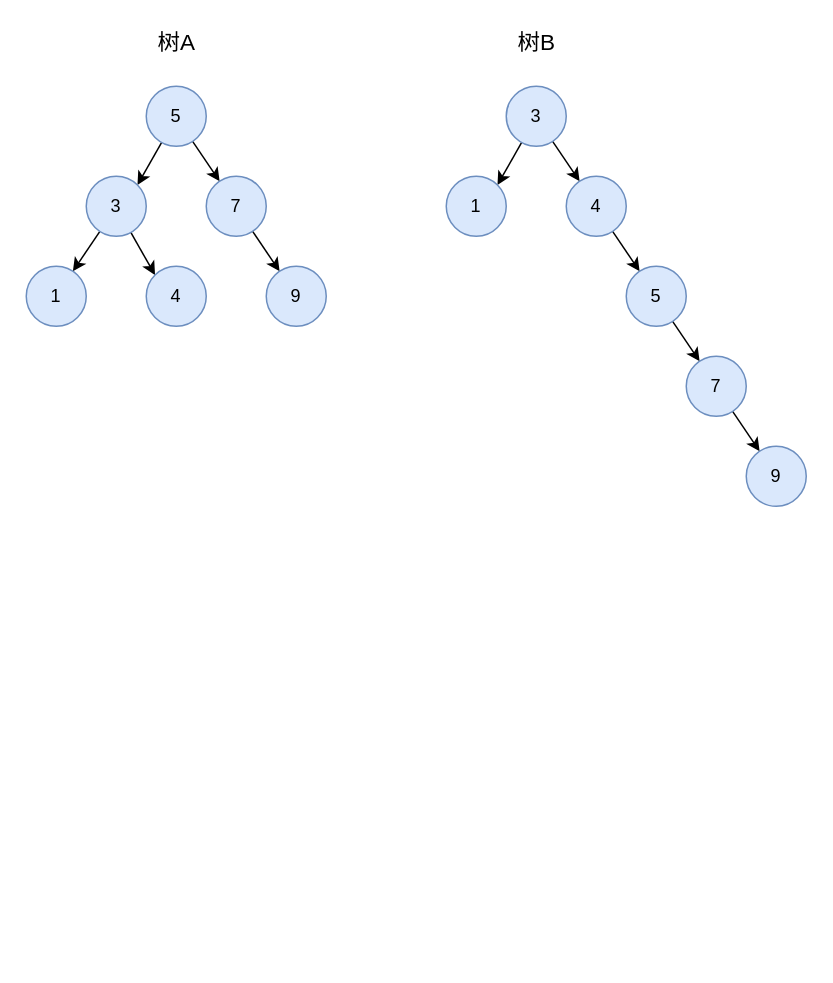
This is MySQL 的 B+Tree/MySQL 的 B+Tree.drawio from zero-97/picture-of-the-article, a draw.io file, before an edit. Source tidied: cells renumbered, new cells numbered last; positions are measured from the earlier drawing's top-left corner, leaving out a move shared by most shapes. Both pictures are drawn from the tidied source at 150%, with x=0, y=0 at pixel (26, 26).
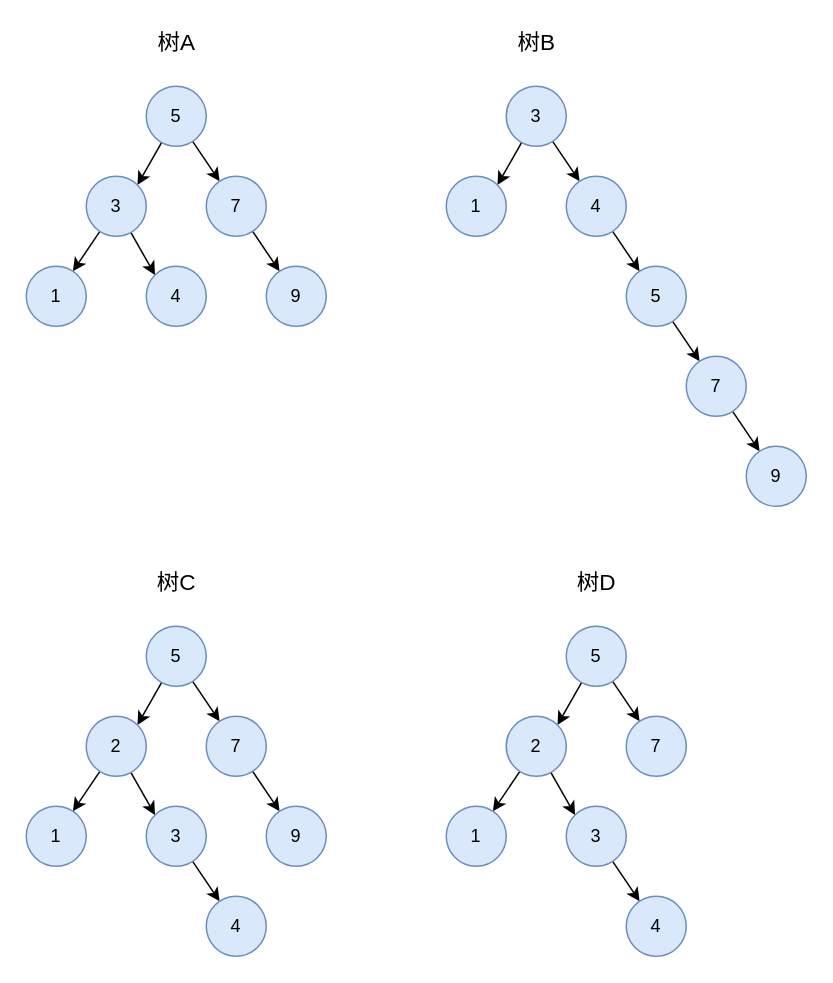
The same diagram, later.

Diff of the diagram source:
```diff
@@
+    <mxCell id="26" style="rounded=0;jettySize=auto;html=1;entryX=1;entryY=0;entryDx=0;entryDy=0;" parent="1" edge="1" source="28" target="31">
+      <mxGeometry relative="1" as="geometry" />
+    </mxCell>
+    <mxCell id="27" style="edgeStyle=none;rounded=0;jettySize=auto;html=1;" parent="1" edge="1" source="28" target="33">
+      <mxGeometry relative="1" as="geometry" />
+    </mxCell>
+    <mxCell id="28" value="5" style="ellipse;whiteSpace=wrap;html=1;fillColor=#dae8fc;strokeColor=#6c8ebf;" parent="1" vertex="1">
+      <mxGeometry x="80" y="400" width="40" height="40" as="geometry" />
+    </mxCell>
+    <mxCell id="29" style="edgeStyle=none;rounded=0;jettySize=auto;html=1;" parent="1" edge="1" source="31" target="34">
+      <mxGeometry relative="1" as="geometry" />
+    </mxCell>
+    <mxCell id="30" style="edgeStyle=none;rounded=0;jettySize=auto;html=1;entryX=0;entryY=0;entryDx=0;entryDy=0;" parent="1" edge="1" source="31" target="36">
+      <mxGeometry relative="1" as="geometry" />
+    </mxCell>
+    <mxCell id="31" value="2" style="ellipse;whiteSpace=wrap;html=1;fillColor=#dae8fc;strokeColor=#6c8ebf;" parent="1" vertex="1">
+      <mxGeometry x="40" y="460" width="40" height="40" as="geometry" />
+    </mxCell>
+    <mxCell id="32" style="edgeStyle=none;rounded=0;jettySize=auto;html=1;" parent="1" edge="1" source="33" target="37">
+      <mxGeometry relative="1" as="geometry" />
+    </mxCell>
+    <mxCell id="33" value="7" style="ellipse;whiteSpace=wrap;html=1;fillColor=#dae8fc;strokeColor=#6c8ebf;" parent="1" vertex="1">
+      <mxGeometry x="120" y="460" width="40" height="40" as="geometry" />
+    </mxCell>
+    <mxCell id="34" value="1" style="ellipse;whiteSpace=wrap;html=1;fillColor=#dae8fc;strokeColor=#6c8ebf;" parent="1" vertex="1">
+      <mxGeometry y="520" width="40" height="40" as="geometry" />
+    </mxCell>
+    <mxCell id="35" style="edgeStyle=none;rounded=0;jettySize=auto;html=1;fontSize=15;" parent="1" edge="1" source="36" target="39">
+      <mxGeometry relative="1" as="geometry" />
+    </mxCell>
+    <mxCell id="36" value="3" style="ellipse;whiteSpace=wrap;html=1;fillColor=#dae8fc;strokeColor=#6c8ebf;" parent="1" vertex="1">
+      <mxGeometry x="80" y="520" width="40" height="40" as="geometry" />
+    </mxCell>
+    <mxCell id="37" value="9" style="ellipse;whiteSpace=wrap;html=1;fillColor=#dae8fc;strokeColor=#6c8ebf;" parent="1" vertex="1">
+      <mxGeometry x="160" y="520" width="40" height="40" as="geometry" />
+    </mxCell>
+    <mxCell id="38" value="树C" style="text;html=1;align=center;verticalAlign=middle;strokeColor=none;fillColor=none;fontSize=15;" parent="1" vertex="1">
+      <mxGeometry x="80" y="360" width="40" height="20" as="geometry" />
+    </mxCell>
+    <mxCell id="39" value="4" style="ellipse;whiteSpace=wrap;html=1;fillColor=#dae8fc;strokeColor=#6c8ebf;" parent="1" vertex="1">
+      <mxGeometry x="120" y="580" width="40" height="40" as="geometry" />
+    </mxCell>
+    <mxCell id="40" style="rounded=0;jettySize=auto;html=1;entryX=1;entryY=0;entryDx=0;entryDy=0;" parent="1" edge="1" source="42" target="45">
+      <mxGeometry relative="1" as="geometry" />
+    </mxCell>
+    <mxCell id="41" style="edgeStyle=none;rounded=0;jettySize=auto;html=1;" parent="1" edge="1" source="42" target="46">
+      <mxGeometry relative="1" as="geometry" />
+    </mxCell>
+    <mxCell id="42" value="5" style="ellipse;whiteSpace=wrap;html=1;fillColor=#dae8fc;strokeColor=#6c8ebf;" parent="1" vertex="1">
+      <mxGeometry x="360" y="400" width="40" height="40" as="geometry" />
+    </mxCell>
+    <mxCell id="43" style="edgeStyle=none;rounded=0;jettySize=auto;html=1;" parent="1" edge="1" source="45" target="47">
+      <mxGeometry relative="1" as="geometry" />
+    </mxCell>
+    <mxCell id="44" style="edgeStyle=none;rounded=0;jettySize=auto;html=1;entryX=0;entryY=0;entryDx=0;entryDy=0;" parent="1" edge="1" source="45" target="49">
+      <mxGeometry relative="1" as="geometry" />
+    </mxCell>
+    <mxCell id="45" value="2" style="ellipse;whiteSpace=wrap;html=1;fillColor=#dae8fc;strokeColor=#6c8ebf;" parent="1" vertex="1">
+      <mxGeometry x="320" y="460" width="40" height="40" as="geometry" />
+    </mxCell>
+    <mxCell id="46" value="7" style="ellipse;whiteSpace=wrap;html=1;fillColor=#dae8fc;strokeColor=#6c8ebf;" parent="1" vertex="1">
+      <mxGeometry x="400" y="460" width="40" height="40" as="geometry" />
+    </mxCell>
+    <mxCell id="47" value="1" style="ellipse;whiteSpace=wrap;html=1;fillColor=#dae8fc;strokeColor=#6c8ebf;" parent="1" vertex="1">
+      <mxGeometry x="280" y="520" width="40" height="40" as="geometry" />
+    </mxCell>
+    <mxCell id="48" style="edgeStyle=none;rounded=0;jettySize=auto;html=1;fontSize=15;" parent="1" edge="1" source="49" target="51">
+      <mxGeometry relative="1" as="geometry" />
+    </mxCell>
+    <mxCell id="49" value="3" style="ellipse;whiteSpace=wrap;html=1;fillColor=#dae8fc;strokeColor=#6c8ebf;" parent="1" vertex="1">
+      <mxGeometry x="360" y="520" width="40" height="40" as="geometry" />
+    </mxCell>
+    <mxCell id="50" value="树D" style="text;html=1;align=center;verticalAlign=middle;strokeColor=none;fillColor=none;fontSize=15;" parent="1" vertex="1">
+      <mxGeometry x="360" y="360" width="40" height="20" as="geometry" />
+    </mxCell>
+    <mxCell id="51" value="4" style="ellipse;whiteSpace=wrap;html=1;fillColor=#dae8fc;strokeColor=#6c8ebf;" parent="1" vertex="1">
+      <mxGeometry x="400" y="580" width="40" height="40" as="geometry" />
+    </mxCell>
```
